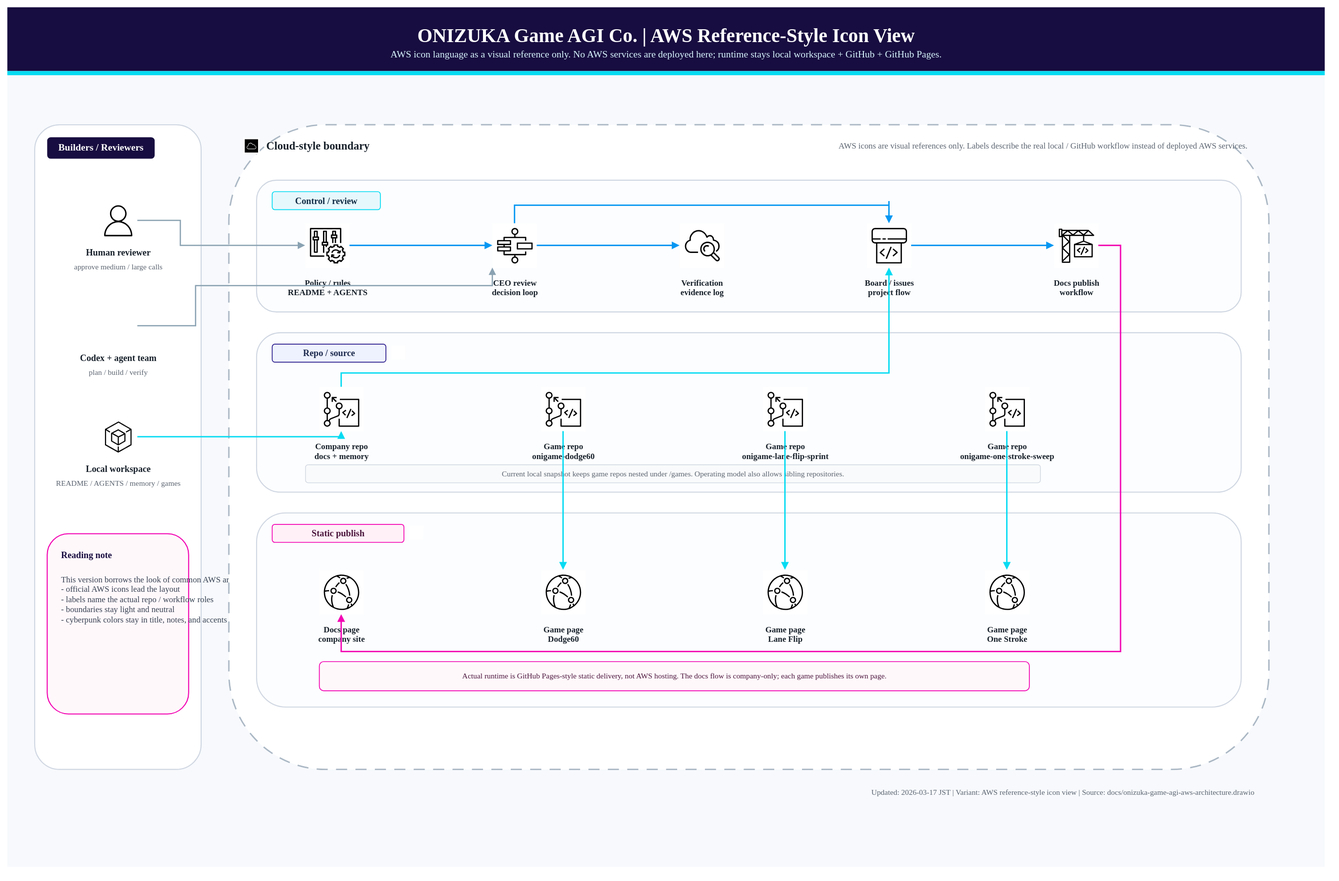
onizuka-agi-co/onizuka-game-agi-co keeps this draw.io diagram as docs/onizuka-game-agi-aws-architecture.drawio.svg. Above is the earlier version. Source tidied: cells renumbered, new cells last; positions are measured from the earlier drawing's top-left corner, leaving out a move shared by most shapes.
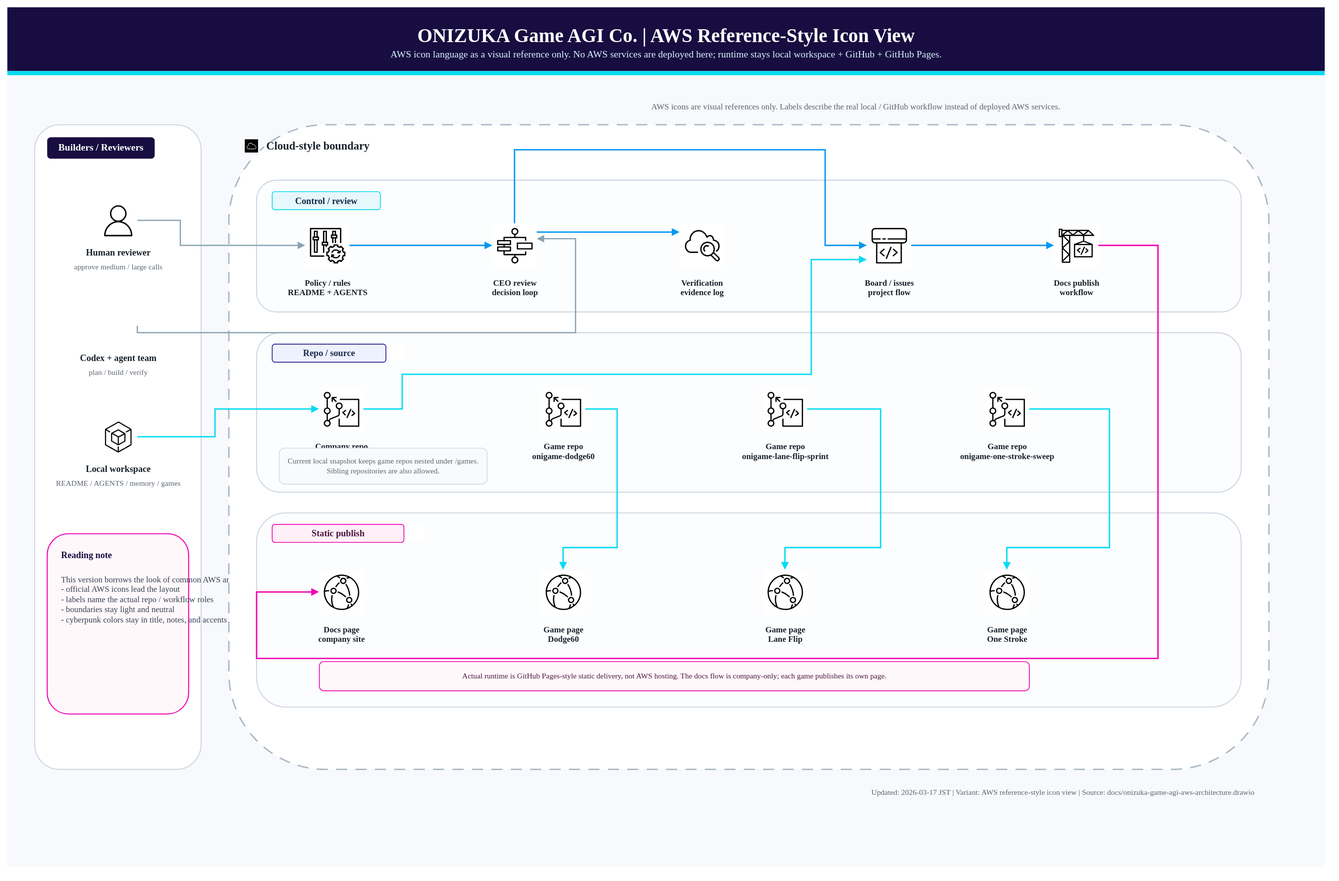
Later version of the same file.

Commit message:
🛠 Refine diagram routing and edge linting

Change to the diagram source:
```diff
@@ -72,7 +72,7 @@
       <mxGeometry x="372" y="190" width="260" height="20" as="geometry" />
     </mxCell>
     <mxCell id="25" value="AWS icons are visual references only. Labels describe the real local / GitHub workflow instead of deployed AWS services." style="text;html=1;strokeColor=none;fillColor=none;align=right;verticalAlign=middle;fontSize=12;fontFamily=Noto Sans JP;fontColor=#5B6470;" parent="1" vertex="1">
-      <mxGeometry x="1120" y="190" width="670" height="20" as="geometry" />
+      <mxGeometry x="1240" y="118" width="280" height="52" as="geometry" />
     </mxCell>
     <mxCell id="26" style="rounded=1;whiteSpace=wrap;html=1;fillColor=#FCFDFE;strokeColor=#D0D7E2;strokeWidth=1.5;" parent="1" vertex="1">
       <mxGeometry x="360" y="250" width="1420" height="190" as="geometry" />
@@ -150,10 +150,10 @@
       <mxGeometry x="1322" y="620" width="240" height="34" as="geometry" />
     </mxCell>
     <mxCell id="51" style="rounded=1;whiteSpace=wrap;html=1;fillColor=#F9FAFB;strokeColor=#D0D7E2;strokeWidth=1;" parent="1" vertex="1">
-      <mxGeometry x="430" y="660" width="1060" height="26" as="geometry" />
+      <mxGeometry x="392" y="636" width="300" height="52" as="geometry" />
     </mxCell>
-    <mxCell id="52" value="Current local snapshot keeps game repos nested under /games. Operating model also allows sibling repositories." style="text;html=1;strokeColor=none;fillColor=none;align=center;verticalAlign=middle;fontSize=11;fontFamily=Noto Sans JP;fontColor=#5B6470;" parent="1" vertex="1">
-      <mxGeometry x="444" y="664" width="1032" height="18" as="geometry" />
+    <mxCell id="52" value="Current local snapshot keeps game repos nested under /games.&lt;br&gt;Sibling repositories are also allowed." style="text;html=1;strokeColor=none;fillColor=none;align=center;verticalAlign=middle;fontSize=11;fontFamily=Noto Sans JP;fontColor=#5B6470;" parent="1" vertex="1">
+      <mxGeometry x="408" y="646" width="268" height="32" as="geometry" />
     </mxCell>
     <mxCell id="53" style="rounded=1;whiteSpace=wrap;html=1;fillColor=#FCFDFE;strokeColor=#D0D7E2;strokeWidth=1.5;" parent="1" vertex="1">
       <mxGeometry x="360" y="730" width="1420" height="280" as="geometry" />
@@ -206,65 +206,86 @@
         </Array>
       </mxGeometry>
     </mxCell>
-    <mxCell id="68" style="edgeStyle=orthogonalEdgeStyle;rounded=0;jettySize=auto;html=1;strokeColor=#8AA2B2;strokeWidth=1.8;endArrow=block;endFill=1;" parent="1" edge="1" source="13" target="31">
+    <mxCell id="68" style="edgeStyle=orthogonalEdgeStyle;rounded=0;jettySize=0;html=1;strokeColor=#8AA2B2;strokeWidth=1.8;endArrow=block;endFill=1;exitX=1;exitY=0.5;exitDx=0;exitDy=0;entryX=1;entryY=0.35;entryDx=0;entryDy=0;" parent="1" edge="1" source="13" target="31">
       <mxGeometry relative="1" as="geometry">
         <Array as="points">
-          <mxPoint x="272" y="460" />
-          <mxPoint x="272" y="402" />
-          <mxPoint x="700" y="402" />
+          <mxPoint x="820" y="470" />
+          <mxPoint x="820" y="334" />
         </Array>
       </mxGeometry>
     </mxCell>
-    <mxCell id="69" style="edgeStyle=orthogonalEdgeStyle;rounded=0;jettySize=auto;html=1;strokeColor=#05DBF2;strokeWidth=2;endArrow=block;endFill=1;" parent="1" edge="1" source="16" target="43">
+    <mxCell id="69" style="edgeStyle=orthogonalEdgeStyle;rounded=0;jettySize=auto;html=1;strokeColor=#05DBF2;strokeWidth=2;endArrow=block;endFill=1;exitX=1;exitY=0.5;exitDx=0;exitDy=0;entryX=0;entryY=0.5;entryDx=0;entryDy=0;" parent="1" edge="1" source="16" target="43">
       <mxGeometry relative="1" as="geometry">
         <Array as="points">
-          <mxPoint x="270" y="620" />
-          <mxPoint x="450" y="620" />
+          <mxPoint x="300" y="620" />
+          <mxPoint x="300" y="580" />
         </Array>
       </mxGeometry>
     </mxCell>
     <mxCell id="70" style="edgeStyle=orthogonalEdgeStyle;rounded=0;jettySize=auto;html=1;strokeColor=#0597F2;strokeWidth=2;endArrow=block;endFill=1;" parent="1" edge="1" source="29" target="31">
       <mxGeometry relative="1" as="geometry" />
     </mxCell>
-    <mxCell id="71" style="edgeStyle=orthogonalEdgeStyle;rounded=0;jettySize=auto;html=1;strokeColor=#0597F2;strokeWidth=2;endArrow=block;endFill=1;" parent="1" edge="1" source="31" target="33">
+    <mxCell id="71" style="edgeStyle=orthogonalEdgeStyle;rounded=0;jettySize=0;html=1;strokeColor=#0597F2;strokeWidth=2;endArrow=block;endFill=1;exitX=1;exitY=0.2;exitDx=0;exitDy=0;entryX=0;entryY=0.2;entryDx=0;entryDy=0;" parent="1" edge="1" source="31" target="33">
       <mxGeometry relative="1" as="geometry" />
     </mxCell>
-    <mxCell id="72" style="edgeStyle=orthogonalEdgeStyle;rounded=0;jettySize=auto;html=1;strokeColor=#0597F2;strokeWidth=2;endArrow=block;endFill=1;" parent="1" edge="1" source="31" target="35">
+    <mxCell id="72" style="edgeStyle=orthogonalEdgeStyle;rounded=0;jettySize=0;html=1;strokeColor=#0597F2;strokeWidth=2;endArrow=block;endFill=1;exitX=0.5;exitY=0;exitDx=0;exitDy=0;entryX=0;entryY=0.5;entryDx=0;entryDy=0;" parent="1" edge="1" source="31" target="35">
       <mxGeometry relative="1" as="geometry">
         <Array as="points">
-          <mxPoint x="732" y="286" />
-          <mxPoint x="1272" y="286" />
-          <mxPoint x="1272" y="280" />
+          <mxPoint x="732" y="206" />
+          <mxPoint x="1180" y="206" />
+          <mxPoint x="1180" y="344" />
         </Array>
       </mxGeometry>
     </mxCell>
-    <mxCell id="73" style="edgeStyle=orthogonalEdgeStyle;rounded=0;jettySize=auto;html=1;strokeColor=#0597F2;strokeWidth=2;endArrow=block;endFill=1;" parent="1" edge="1" source="35" target="37">
+    <mxCell id="73" style="edgeStyle=orthogonalEdgeStyle;rounded=0;jettySize=0;html=1;strokeColor=#0597F2;strokeWidth=2;endArrow=block;endFill=1;exitX=1;exitY=0.5;exitDx=0;exitDy=0;entryX=0;entryY=0.5;entryDx=0;entryDy=0;" parent="1" edge="1" source="35" target="37">
       <mxGeometry relative="1" as="geometry" />
     </mxCell>
-    <mxCell id="74" style="edgeStyle=orthogonalEdgeStyle;rounded=0;jettySize=auto;html=1;strokeColor=#05DBF2;strokeWidth=2;endArrow=block;endFill=1;" parent="1" edge="1" source="43" target="35">
+    <mxCell id="74" style="edgeStyle=orthogonalEdgeStyle;rounded=0;jettySize=0;html=1;strokeColor=#05DBF2;strokeWidth=2;endArrow=block;endFill=1;exitX=1;exitY=0.5;exitDx=0;exitDy=0;entryX=0;entryY=0.82;entryDx=0;entryDy=0;" parent="1" edge="1" source="43" target="35">
       <mxGeometry relative="1" as="geometry">
         <Array as="points">
-          <mxPoint x="482" y="528" />
-          <mxPoint x="1272" y="528" />
+          <mxPoint x="570" y="580" />
+          <mxPoint x="570" y="530" />
+          <mxPoint x="1160" y="530" />
+          <mxPoint x="1160" y="364" />
         </Array>
       </mxGeometry>
     </mxCell>
-    <mxCell id="75" style="edgeStyle=orthogonalEdgeStyle;rounded=0;jettySize=auto;html=1;strokeColor=#F205B3;strokeWidth=2;endArrow=block;endFill=1;" parent="1" edge="1" source="37" target="57">
+    <mxCell id="75" style="edgeStyle=orthogonalEdgeStyle;rounded=0;jettySize=auto;html=1;strokeColor=#F205B3;strokeWidth=2;endArrow=block;endFill=1;exitX=1;exitY=0.5;exitDx=0;exitDy=0;entryX=0;entryY=0.5;entryDx=0;entryDy=0;" parent="1" edge="1" source="37" target="57">
       <mxGeometry relative="1" as="geometry">
         <Array as="points">
-          <mxPoint x="1606" y="930" />
-          <mxPoint x="482" y="930" />
+          <mxPoint x="1660" y="344" />
+          <mxPoint x="1660" y="940" />
+          <mxPoint x="360" y="940" />
+          <mxPoint x="360" y="844" />
         </Array>
       </mxGeometry>
     </mxCell>
-    <mxCell id="76" style="edgeStyle=orthogonalEdgeStyle;rounded=0;jettySize=auto;html=1;strokeColor=#05DBF2;strokeWidth=2;endArrow=block;endFill=1;" parent="1" edge="1" source="45" target="59">
-      <mxGeometry relative="1" as="geometry" />
+    <mxCell id="76" style="edgeStyle=orthogonalEdgeStyle;rounded=0;jettySize=auto;html=1;strokeColor=#05DBF2;strokeWidth=2;endArrow=block;endFill=1;exitX=1;exitY=0.5;exitDx=0;exitDy=0;entryX=0.5;entryY=0;entryDx=0;entryDy=0;" parent="1" edge="1" source="45" target="59">
+      <mxGeometry relative="1" as="geometry">
+        <Array as="points">
+          <mxPoint x="880" y="580" />
+          <mxPoint x="880" y="780" />
+          <mxPoint x="802" y="780" />
+        </Array>
+      </mxGeometry>
     </mxCell>
-    <mxCell id="77" style="edgeStyle=orthogonalEdgeStyle;rounded=0;jettySize=auto;html=1;strokeColor=#05DBF2;strokeWidth=2;endArrow=block;endFill=1;" parent="1" edge="1" source="47" target="61">
-      <mxGeometry relative="1" as="geometry" />
+    <mxCell id="77" style="edgeStyle=orthogonalEdgeStyle;rounded=0;jettySize=auto;html=1;strokeColor=#05DBF2;strokeWidth=2;endArrow=block;endFill=1;exitX=1;exitY=0.5;exitDx=0;exitDy=0;entryX=0.5;entryY=0;entryDx=0;entryDy=0;" parent="1" edge="1" source="47" target="61">
+      <mxGeometry relative="1" as="geometry">
+        <Array as="points">
+          <mxPoint x="1260" y="580" />
+          <mxPoint x="1260" y="780" />
+          <mxPoint x="1122" y="780" />
+        </Array>
+      </mxGeometry>
     </mxCell>
-    <mxCell id="78" style="edgeStyle=orthogonalEdgeStyle;rounded=0;jettySize=auto;html=1;strokeColor=#05DBF2;strokeWidth=2;endArrow=block;endFill=1;" parent="1" edge="1" source="49" target="63">
-      <mxGeometry relative="1" as="geometry" />
+    <mxCell id="78" style="edgeStyle=orthogonalEdgeStyle;rounded=0;jettySize=auto;html=1;strokeColor=#05DBF2;strokeWidth=2;endArrow=block;endFill=1;exitX=1;exitY=0.5;exitDx=0;exitDy=0;entryX=0.5;entryY=0;entryDx=0;entryDy=0;" parent="1" edge="1" source="49" target="63">
+      <mxGeometry relative="1" as="geometry">
+        <Array as="points">
+          <mxPoint x="1590" y="580" />
+          <mxPoint x="1590" y="780" />
+          <mxPoint x="1442" y="780" />
+        </Array>
+      </mxGeometry>
     </mxCell>
     <mxCell id="79" value="Updated: 2026-03-17 JST | Variant: AWS reference-style icon view | Source: docs/onizuka-game-agi-aws-architecture.drawio" style="text;html=1;strokeColor=none;fillColor=none;align=right;verticalAlign=middle;fontSize=11;fontFamily=Noto Sans JP;fontColor=#5B6470;" parent="1" vertex="1">
       <mxGeometry x="1080" y="1124" width="720" height="18" as="geometry" />
```
